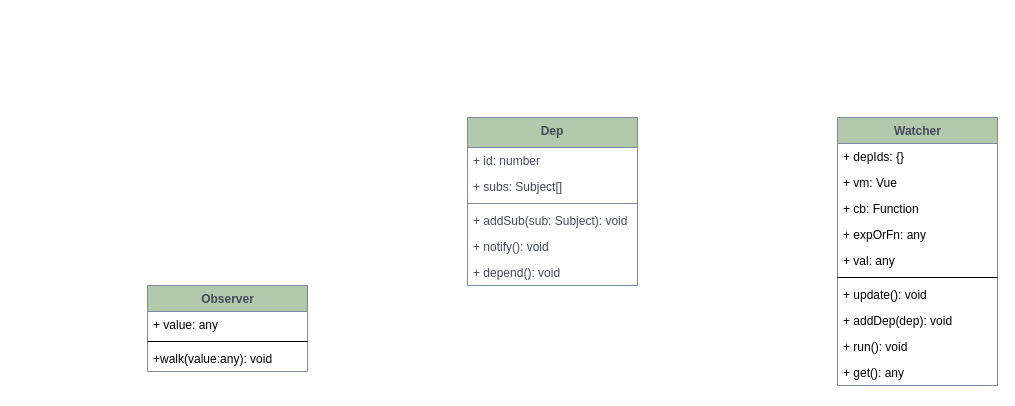
Before: 深入Vue双向绑定原理.drawio in Hhpon/draw.io, a draw.io diagram. Source tidied: cells renumbered, new cells numbered last; positions are measured from the earlier drawing's top-left corner, leaving out a move shared by most shapes. Both pictures are drawn from the tidied source at 100%, with x=0, y=0 at pixel (147, 117).
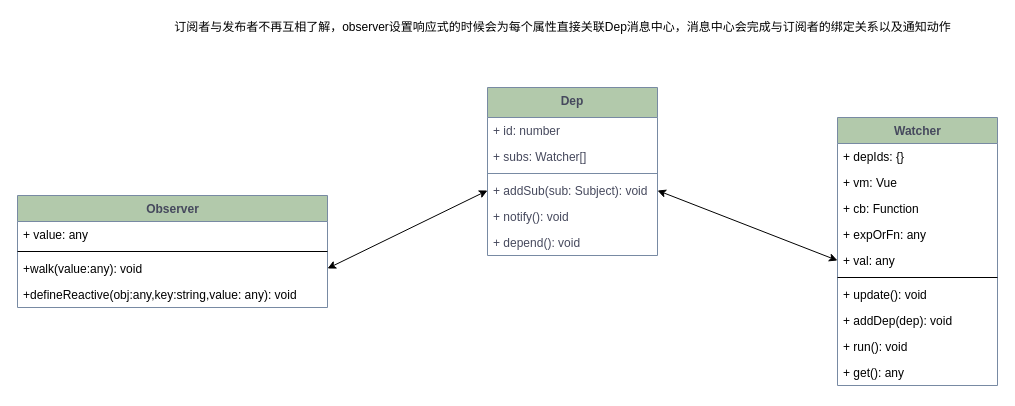
The same page after the edit.

Commit message:
更新深入Vue双向绑定原理.drawio

The change refers to these unchanged cells:
```xml
<mxCell id="6" value="+ addSub(sub: Subject): void" style="text;strokeColor=none;fillColor=none;align=left;verticalAlign=top;spacingLeft=4;spacingRight=4;overflow=hidden;points=[[0,0.5],[1,0.5]];portConstraint=eastwest;fontColor=#46495D;" parent="2" vertex="1">
  <mxGeometry y="90" width="170" height="26" as="geometry" />
</mxCell>
<mxCell id="14" value="+ val: any" style="text;strokeColor=none;fillColor=none;align=left;verticalAlign=top;spacingLeft=4;spacingRight=4;overflow=hidden;points=[[0,0.5],[1,0.5]];portConstraint=eastwest;" parent="9" vertex="1">
  <mxGeometry y="130" width="160" height="26" as="geometry" />
</mxCell>
```

Diff of the diagram source:
```diff
@@
     <mxCell id="2" value="Dep" style="swimlane;fontStyle=1;align=center;verticalAlign=top;horizontal=1;startSize=30;fillColor=#B2C9AB;strokeColor=#788AA3;fontColor=#46495D;glass=0;rounded=0;shadow=0;sketch=0;html=1;whiteSpace=wrap;labelBorderColor=none;labelBackgroundColor=none;" parent="1" vertex="1">
-      <mxGeometry x="320" width="170" height="168" as="geometry" />
+      <mxGeometry x="340" y="-30" width="170" height="168" as="geometry" />
     </mxCell>
@@
-    <mxCell id="4" value="+ subs: Subject[]" style="text;strokeColor=none;fillColor=none;align=left;verticalAlign=top;spacingLeft=4;spacingRight=4;overflow=hidden;fontColor=#46495D;" parent="2" vertex="1">
+    <mxCell id="4" value="+ subs: Watcher[]" style="text;strokeColor=none;fillColor=none;align=left;verticalAlign=top;spacingLeft=4;spacingRight=4;overflow=hidden;fontColor=#46495D;" parent="2" vertex="1">
       <mxGeometry y="56" width="170" height="26" as="geometry" />
     </mxCell>
@@
     <mxCell id="20" value="Observer" style="swimlane;fontStyle=1;align=center;verticalAlign=top;horizontal=1;startSize=26;rounded=0;shadow=0;glass=0;labelBackgroundColor=none;sketch=0;strokeColor=#788AA3;fillColor=#B2C9AB;fontColor=#46495D;html=1;" parent="1" vertex="1">
-      <mxGeometry y="168" width="160" height="86" as="geometry" />
+      <mxGeometry x="-130" y="78" width="310" height="112" as="geometry" />
     </mxCell>
     <mxCell id="21" value="+ value: any" style="text;strokeColor=none;fillColor=none;align=left;verticalAlign=top;spacingLeft=4;spacingRight=4;overflow=hidden;" parent="20" vertex="1">
-      <mxGeometry y="26" width="160" height="26" as="geometry" />
+      <mxGeometry y="26" width="310" height="26" as="geometry" />
     </mxCell>
     <mxCell id="22" style="line;strokeWidth=1;fillColor=none;align=left;verticalAlign=middle;spacingTop=-1;spacingLeft=3;spacingRight=3;labelPosition=right;" parent="20" vertex="1">
-      <mxGeometry y="52" width="160" height="8" as="geometry" />
+      <mxGeometry y="52" width="310" height="8" as="geometry" />
     </mxCell>
     <mxCell id="23" value="+walk(value:any): void" style="text;strokeColor=none;fillColor=none;align=left;verticalAlign=top;spacingLeft=4;spacingRight=4;overflow=hidden;points=[[0,0.5],[1,0.5]];portConstraint=eastwest;" parent="20" vertex="1">
-      <mxGeometry y="60" width="160" height="26" as="geometry" />
+      <mxGeometry y="60" width="310" height="26" as="geometry" />
     </mxCell>
+    <mxCell id="24" value="+defineReactive(obj:any,key:string,value: any): void" style="text;strokeColor=none;fillColor=none;align=left;verticalAlign=top;spacingLeft=4;spacingRight=4;overflow=hidden;" parent="20" vertex="1">
+      <mxGeometry y="86" width="310" height="26" as="geometry" />
+    </mxCell>
+    <mxCell id="25" style="endArrow=classic;startArrow=classic;html=1;entryX=0;entryY=0.5;entryDx=0;entryDy=0;exitX=1;exitY=0.5;exitDx=0;exitDy=0;" parent="1" edge="1" source="23" target="6">
+      <mxGeometry relative="1" as="geometry" />
+    </mxCell>
+    <mxCell id="26" style="endArrow=classic;startArrow=classic;html=1;entryX=0;entryY=0.5;entryDx=0;entryDy=0;exitX=1;exitY=0.5;exitDx=0;exitDy=0;" parent="1" edge="1" source="6" target="14">
+      <mxGeometry relative="1" as="geometry" />
+    </mxCell>
+    <mxCell id="27" value="订阅者与发布者不再互相了解，observer设置响应式的时候会为每个属性直接关联Dep消息中心，消息中心会完成与订阅者的绑定关系以及通知动作" style="text;html=1;align=center;verticalAlign=middle;" parent="1" vertex="1">
+      <mxGeometry x="20" y="-100" width="790" height="20" as="geometry" />
+    </mxCell>
```
